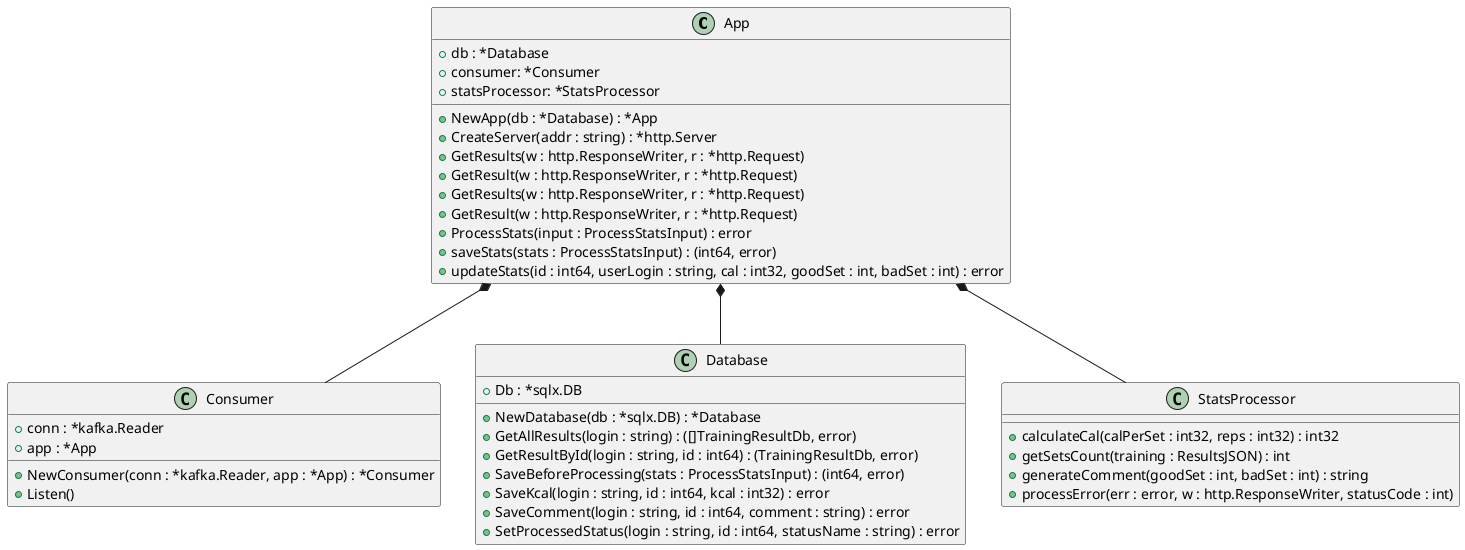
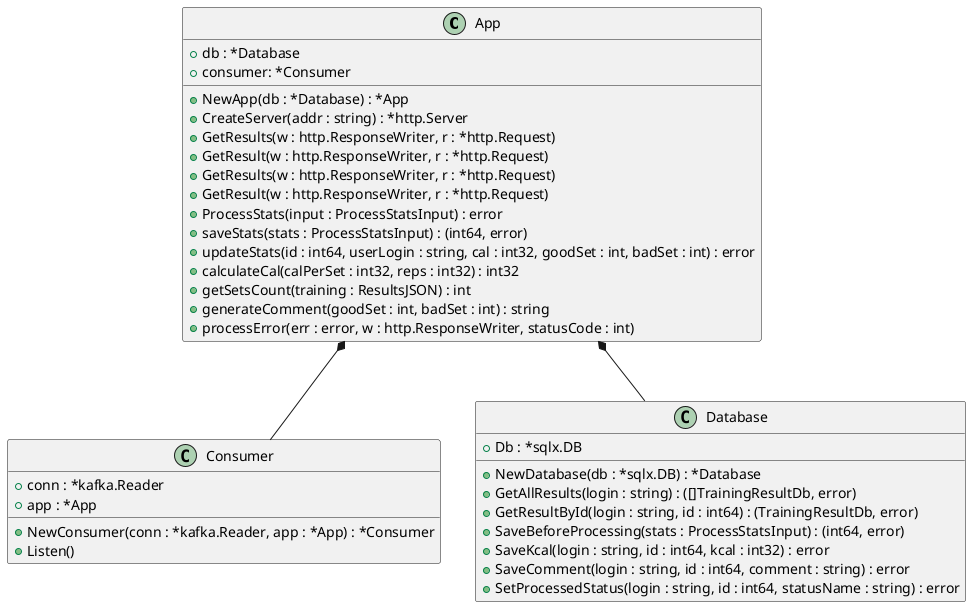
@startuml
'https://plantuml.com/class-diagram'

class App {
    +db : *Database
    +consumer: *Consumer
-     +statsProcessor: *StatsProcessor

    +NewApp(db : *Database) : *App
    +CreateServer(addr : string) : *http.Server
    +GetResults(w : http.ResponseWriter, r : *http.Request)
    +GetResult(w : http.ResponseWriter, r : *http.Request)
    +GetResults(w : http.ResponseWriter, r : *http.Request)
    +GetResult(w : http.ResponseWriter, r : *http.Request)
    +ProcessStats(input : ProcessStatsInput) : error
    +saveStats(stats : ProcessStatsInput) : (int64, error)
    +updateStats(id : int64, userLogin : string, cal : int32, goodSet : int, badSet : int) : error
+     +calculateCal(calPerSet : int32, reps : int32) : int32
+     +getSetsCount(training : ResultsJSON) : int
+     +generateComment(goodSet : int, badSet : int) : string
+     +processError(err : error, w : http.ResponseWriter, statusCode : int)
}

class Consumer {
    +conn : *kafka.Reader
    +app : *App

    +NewConsumer(conn : *kafka.Reader, app : *App) : *Consumer
    +Listen()
}

class Database {
    +Db : *sqlx.DB

    +NewDatabase(db : *sqlx.DB) : *Database
    +GetAllResults(login : string) : ([]TrainingResultDb, error)
    +GetResultById(login : string, id : int64) : (TrainingResultDb, error)
    +SaveBeforeProcessing(stats : ProcessStatsInput) : (int64, error)
    +SaveKcal(login : string, id : int64, kcal : int32) : error
    +SaveComment(login : string, id : int64, comment : string) : error
    +SetProcessedStatus(login : string, id : int64, statusName : string) : error
}

- class StatsProcessor {
-     +calculateCal(calPerSet : int32, reps : int32) : int32
-     +getSetsCount(training : ResultsJSON) : int
-     +generateComment(goodSet : int, badSet : int) : string
-     +processError(err : error, w : http.ResponseWriter, statusCode : int)
- }
- 
App *-- Database
App *-- Consumer
- App *-- StatsProcessor

@enduml
